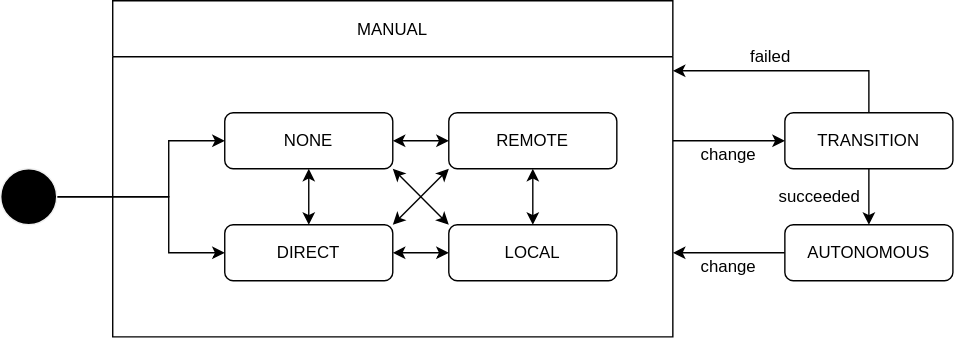
Before: pr-7/design/autoware-interfaces/ad-api/features/operation-mode.drawio.svg, a diagram exported from draw.io (tier4/autoware-documentation). Source tidied: cells renumbered, new cells last; positions are measured from the earlier drawing's top-left corner, leaving out a move shared by most shapes.
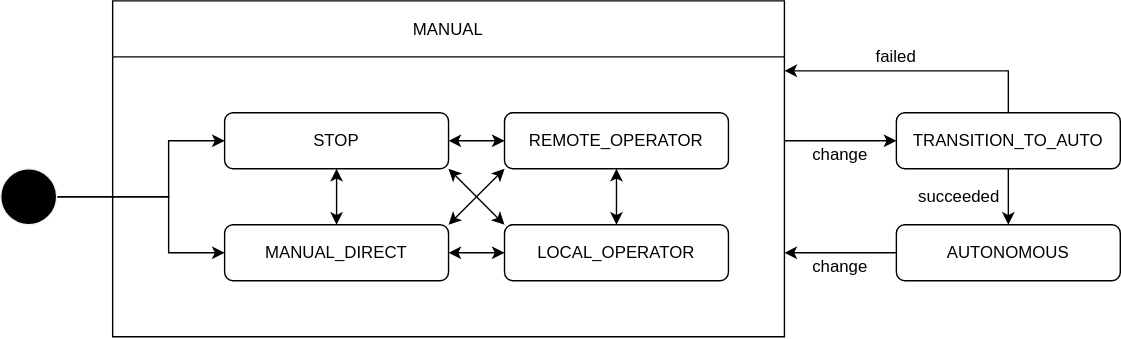
After the change.

Change to the diagram source:
```diff
@@ -21,35 +21,25 @@
     <mxCell id="4" style="shape=ellipse;html=1;fillColor=#000000;fontSize=18;fontColor=#ffffff;strokeColor=#F0F0F0;" parent="1" vertex="1">
       <mxGeometry y="120" width="40" height="40" as="geometry" />
     </mxCell>
-    <mxCell id="5" style="edgeStyle=none;html=1;entryX=1;entryY=0;entryDx=0;entryDy=0;startArrow=classic;startFill=1;exitX=0;exitY=1;exitDx=0;exitDy=0;" parent="1" edge="1" source="6">
+    <mxCell id="5" style="edgeStyle=none;html=1;entryX=1;entryY=0;entryDx=0;entryDy=0;startArrow=classic;startFill=1;" parent="1" edge="1" target="19">
       <mxGeometry relative="1" as="geometry">
-        <mxPoint x="280" y="160" as="targetPoint" />
+        <mxPoint x="360" y="120" as="sourcePoint" />
       </mxGeometry>
     </mxCell>
-    <mxCell id="6" value="&lt;span&gt;REMOTE&lt;/span&gt;" style="rounded=1;whiteSpace=wrap;html=1;" parent="1" vertex="1">
-      <mxGeometry x="320" y="80" width="120" height="40" as="geometry" />
+    <mxCell id="6" value="REMOTE_OPERATOR" style="rounded=1;whiteSpace=wrap;html=1;fontSize=12;" parent="1" vertex="1">
+      <mxGeometry x="360" y="80" width="160" height="40" as="geometry" />
     </mxCell>
     <mxCell id="7" style="edgeStyle=none;html=1;startArrow=classic;startFill=1;" parent="1" edge="1" source="10" target="6">
       <mxGeometry relative="1" as="geometry" />
     </mxCell>
-    <mxCell id="8" style="edgeStyle=none;html=1;startArrow=classic;startFill=1;" parent="1" edge="1" source="10">
-      <mxGeometry relative="1" as="geometry">
-        <mxPoint x="220" y="160" as="targetPoint" />
-      </mxGeometry>
-    </mxCell>
     <mxCell id="9" style="edgeStyle=none;html=1;entryX=0;entryY=0;entryDx=0;entryDy=0;startArrow=classic;startFill=1;exitX=1;exitY=1;exitDx=0;exitDy=0;" parent="1" edge="1" source="10" target="12">
       <mxGeometry relative="1" as="geometry" />
     </mxCell>
-    <mxCell id="10" value="&lt;span&gt;NONE&lt;/span&gt;" style="rounded=1;whiteSpace=wrap;html=1;" parent="1" vertex="1">
-      <mxGeometry x="160" y="80" width="120" height="40" as="geometry" />
-    </mxCell>
-    <mxCell id="11" style="edgeStyle=none;html=1;startArrow=classic;startFill=1;" parent="1" edge="1" target="12">
-      <mxGeometry relative="1" as="geometry">
-        <mxPoint x="280" y="180" as="sourcePoint" />
-      </mxGeometry>
+    <mxCell id="11" style="edgeStyle=none;html=1;startArrow=classic;startFill=1;exitX=1;exitY=0.5;exitDx=0;exitDy=0;" parent="1" edge="1" source="19" target="12">
+      <mxGeometry relative="1" as="geometry" />
     </mxCell>
-    <mxCell id="12" value="&lt;span&gt;LOCAL&lt;/span&gt;" style="rounded=1;whiteSpace=wrap;html=1;" parent="1" vertex="1">
-      <mxGeometry x="320" y="160" width="120" height="40" as="geometry" />
+    <mxCell id="12" value="LOCAL_OPERATOR" style="rounded=1;whiteSpace=wrap;html=1;fontSize=12;" parent="1" vertex="1">
+      <mxGeometry x="360" y="160" width="160" height="40" as="geometry" />
     </mxCell>
     <mxCell id="13" style="edgeStyle=none;html=1;entryX=0.5;entryY=1;entryDx=0;entryDy=0;startArrow=classic;startFill=1;" parent="1" edge="1" source="12" target="6">
       <mxGeometry relative="1" as="geometry" />
@@ -59,46 +49,52 @@
     </mxCell>
     <mxCell id="15" style="edgeStyle=orthogonalEdgeStyle;rounded=0;html=1;" parent="1" edge="1" source="16">
       <mxGeometry relative="1" as="geometry">
-        <mxPoint x="480" y="50" as="targetPoint" />
+        <mxPoint x="560" y="50" as="targetPoint" />
         <Array as="points">
-          <mxPoint x="620" y="50" />
+          <mxPoint x="720" y="50" />
         </Array>
       </mxGeometry>
     </mxCell>
-    <mxCell id="16" value="TRANSITION" style="rounded=1;whiteSpace=wrap;html=1;" parent="1" vertex="1">
-      <mxGeometry x="560" y="80" width="120" height="40" as="geometry" />
+    <mxCell id="16" value="TRANSITION_TO_AUTO" style="rounded=1;whiteSpace=wrap;html=1;" parent="1" vertex="1">
+      <mxGeometry x="640" y="80" width="160" height="40" as="geometry" />
     </mxCell>
     <mxCell id="17" style="edgeStyle=orthogonalEdgeStyle;rounded=0;html=1;entryX=1;entryY=0.75;entryDx=0;entryDy=0;" parent="1" edge="1" source="18" target="21">
       <mxGeometry relative="1" as="geometry" />
     </mxCell>
     <mxCell id="18" value="AUTONOMOUS" style="rounded=1;whiteSpace=wrap;html=1;" parent="1" vertex="1">
-      <mxGeometry x="560" y="160" width="120" height="40" as="geometry" />
+      <mxGeometry x="640" y="160" width="160" height="40" as="geometry" />
     </mxCell>
-    <mxCell id="19" value="DIRECT" style="rounded=1;whiteSpace=wrap;html=1;" parent="1" vertex="1">
-      <mxGeometry x="160" y="160" width="120" height="40" as="geometry" />
-    </mxCell>
     <mxCell id="20" style="edgeStyle=orthogonalEdgeStyle;rounded=0;html=1;" parent="1" edge="1" source="21" target="16">
       <mxGeometry relative="1" as="geometry">
         <Array as="points">
-          <mxPoint x="500" y="100" />
-          <mxPoint x="500" y="100" />
+          <mxPoint x="580" y="100" />
+          <mxPoint x="580" y="100" />
         </Array>
       </mxGeometry>
     </mxCell>
     <mxCell id="21" value="MANUAL" style="swimlane;startSize=40;fontStyle=0;" parent="1" vertex="1">
-      <mxGeometry x="80" width="400" height="240" as="geometry" />
+      <mxGeometry x="80" width="480" height="240" as="geometry" />
     </mxCell>
+    <mxCell id="10" value="&lt;span style=&quot;font-size: 12px;&quot;&gt;STOP&lt;/span&gt;" style="rounded=1;whiteSpace=wrap;html=1;fontSize=12;" parent="21" vertex="1">
+      <mxGeometry x="80" y="80" width="160" height="40" as="geometry" />
+    </mxCell>
+    <mxCell id="19" value="MANUAL_DIRECT" style="rounded=1;whiteSpace=wrap;html=1;fontSize=12;" parent="21" vertex="1">
+      <mxGeometry x="80" y="160" width="160" height="40" as="geometry" />
+    </mxCell>
+    <mxCell id="8" style="edgeStyle=none;html=1;startArrow=classic;startFill=1;" parent="21" edge="1" source="10" target="19">
+      <mxGeometry relative="1" as="geometry" />
+    </mxCell>
     <mxCell id="22" value="change" style="text;html=1;strokeColor=none;fillColor=none;align=center;verticalAlign=middle;whiteSpace=wrap;rounded=0;" parent="1" vertex="1">
-      <mxGeometry x="480" y="100" width="80" height="20" as="geometry" />
+      <mxGeometry x="560" y="100" width="80" height="20" as="geometry" />
     </mxCell>
     <mxCell id="23" value="change" style="text;html=1;strokeColor=none;fillColor=none;align=center;verticalAlign=middle;whiteSpace=wrap;rounded=0;" parent="1" vertex="1">
-      <mxGeometry x="480" y="180" width="80" height="20" as="geometry" />
+      <mxGeometry x="560" y="180" width="80" height="20" as="geometry" />
     </mxCell>
     <mxCell id="24" value="succeeded" style="text;html=1;strokeColor=none;fillColor=none;align=center;verticalAlign=middle;whiteSpace=wrap;rounded=0;" parent="1" vertex="1">
-      <mxGeometry x="550" y="130" width="70" height="20" as="geometry" />
+      <mxGeometry x="650" y="130" width="70" height="20" as="geometry" />
     </mxCell>
     <mxCell id="25" value="failed" style="text;html=1;strokeColor=none;fillColor=none;align=center;verticalAlign=middle;whiteSpace=wrap;rounded=0;" parent="1" vertex="1">
-      <mxGeometry x="520" y="30" width="60" height="20" as="geometry" />
+      <mxGeometry x="610" y="30" width="60" height="20" as="geometry" />
     </mxCell>
   </root>
 </mxGraphModel>
```
